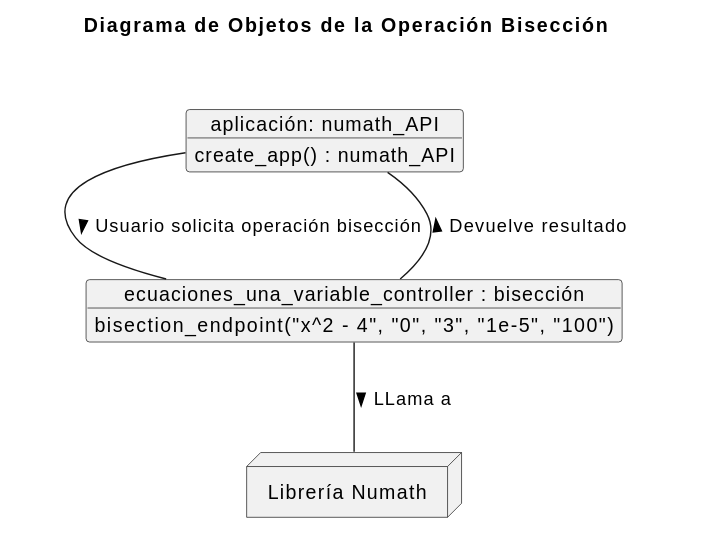
Earlier version of the PlantUML export imágenes/modelosUML/diagramaObjetosBiseccion.svg (rodri5villa/numath-API).
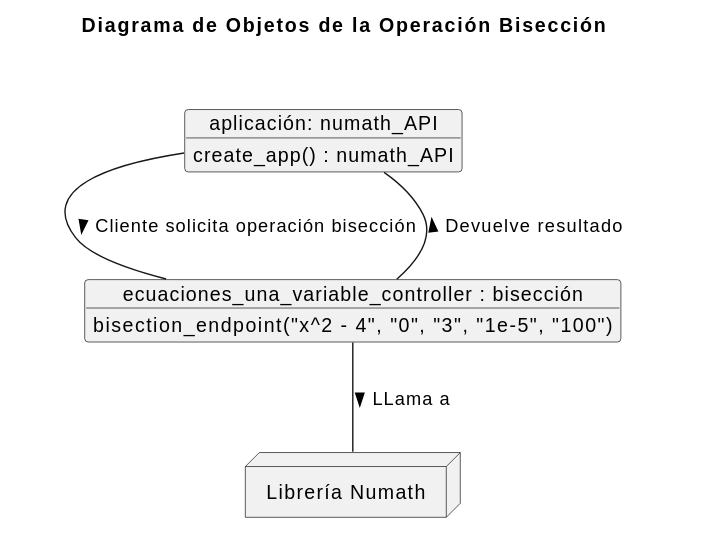
The same file after the commit.

Commit message:
mejoras usuario2

The edit, as a diff of the source:
```diff
@@ -17,7 +17,7 @@
 node "Librería Numath" as PyLibrary {
 }
 
-flask_app -- operaciones: "Usuario solicita operación bisección >"
+flask_app -- operaciones: "Cliente solicita operación bisección >"
 operaciones -- PyLibrary : "LLama a >"
 operaciones -- flask_app : "Devuelve resultado >"
 @enduml
```
